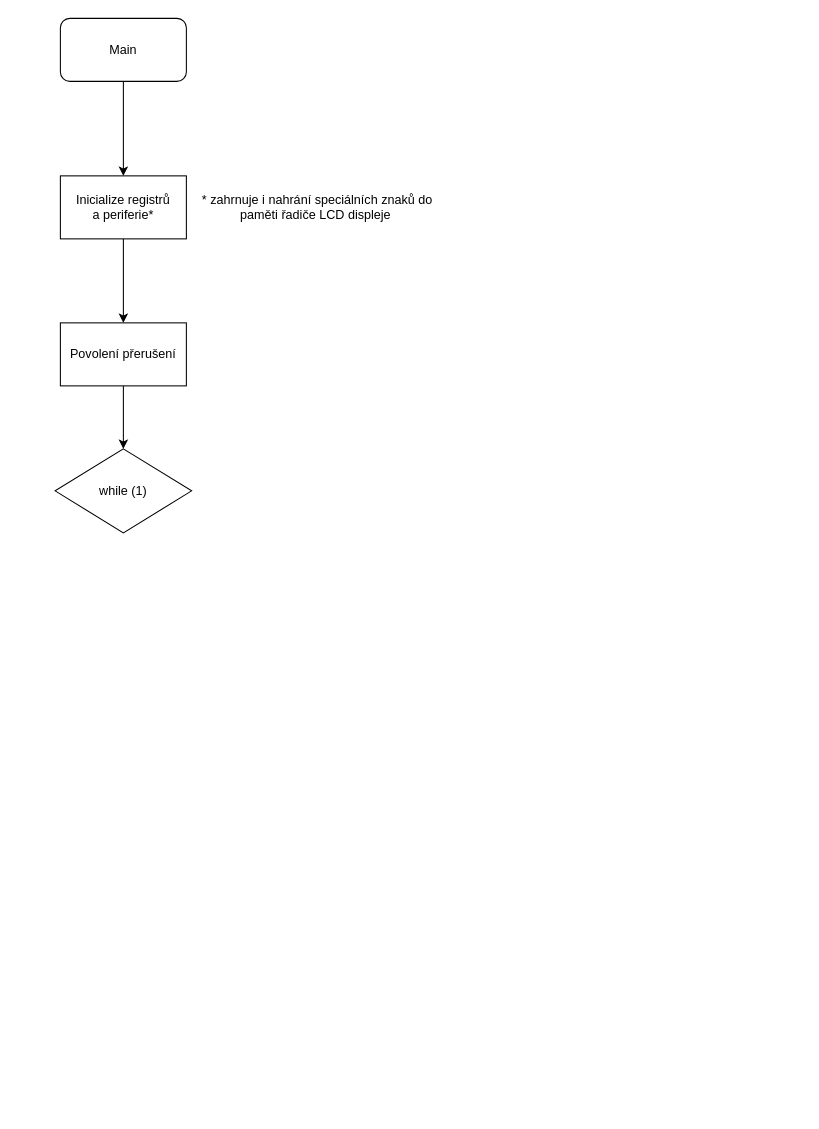
Earlier version of the draw.io diagram images/Main.drawio (ondrejdudasek/DE2-Project). Source tidied: cells renumbered, new cells numbered last; positions are measured from the earlier drawing's top-left corner, leaving out a move shared by most shapes. Both pictures are drawn from the tidied source at 105%, with x=0, y=0 at pixel (55, 18).
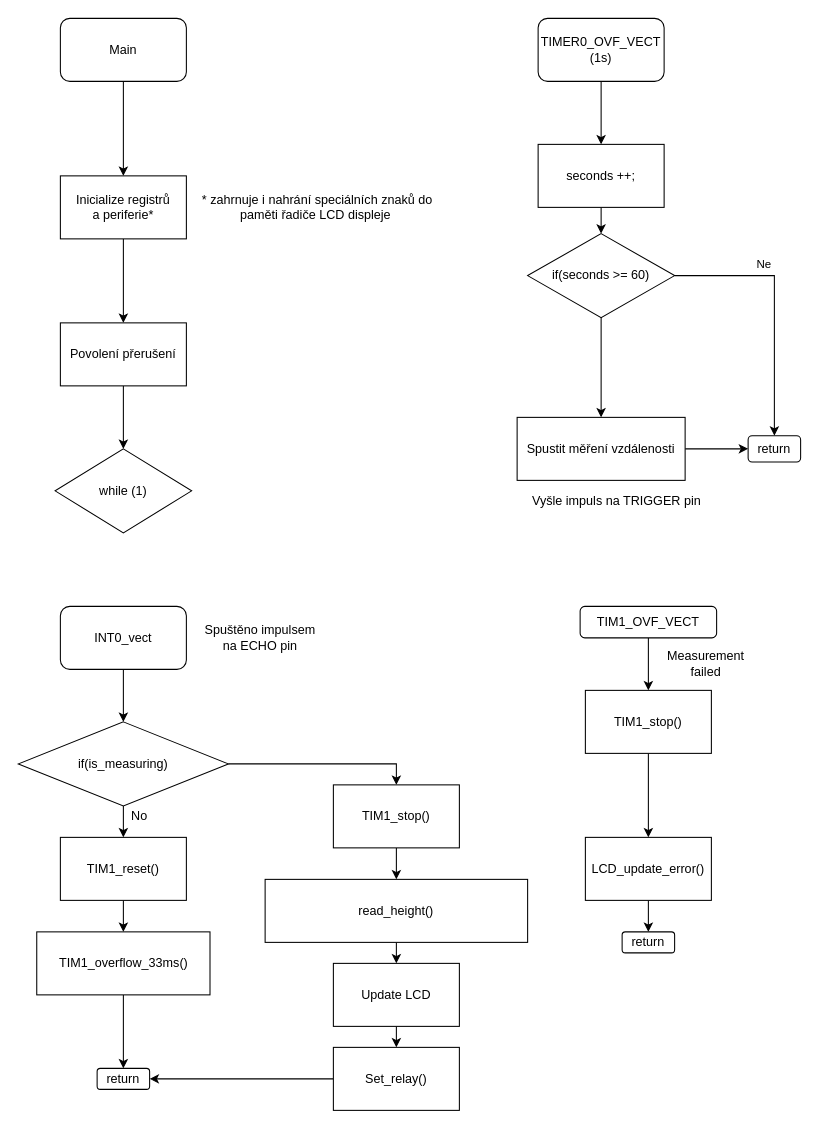
The same diagram, later.

What changed in the source:
```diff
@@
+    <mxCell id="10" style="edgeStyle=orthogonalEdgeStyle;rounded=0;jettySize=auto;html=1;exitX=0.5;exitY=1;exitDx=0;exitDy=0;entryX=0.5;entryY=0;entryDx=0;entryDy=0;" parent="1" edge="1" source="11" target="13">
+      <mxGeometry relative="1" as="geometry" />
+    </mxCell>
+    <mxCell id="11" value="TIMER0_OVF_VECT&lt;br&gt;(1s)" style="rounded=1;whiteSpace=wrap;html=1;" parent="1" vertex="1">
+      <mxGeometry x="460" width="120" height="60" as="geometry" />
+    </mxCell>
+    <mxCell id="12" style="edgeStyle=orthogonalEdgeStyle;rounded=0;jettySize=auto;html=1;exitX=0.5;exitY=1;exitDx=0;exitDy=0;entryX=0.5;entryY=0;entryDx=0;entryDy=0;" parent="1" edge="1" source="13" target="17">
+      <mxGeometry relative="1" as="geometry" />
+    </mxCell>
+    <mxCell id="13" value="seconds ++;" style="rounded=0;whiteSpace=wrap;html=1;" parent="1" vertex="1">
+      <mxGeometry x="460" y="120" width="120" height="60" as="geometry" />
+    </mxCell>
+    <mxCell id="14" style="edgeStyle=orthogonalEdgeStyle;rounded=0;jettySize=auto;html=1;exitX=1;exitY=0.5;exitDx=0;exitDy=0;entryX=0.5;entryY=0;entryDx=0;entryDy=0;" parent="1" edge="1" source="17" target="18">
+      <mxGeometry relative="1" as="geometry" />
+    </mxCell>
+    <mxCell id="15" value="Ne" style="edgeLabel;html=1;align=center;verticalAlign=middle;" parent="14" vertex="1">
+      <mxGeometry x="-0.32" y="-1" relative="1" as="geometry">
+        <mxPoint y="-13" as="offset" />
+      </mxGeometry>
+    </mxCell>
+    <mxCell id="16" style="edgeStyle=orthogonalEdgeStyle;rounded=0;jettySize=auto;html=1;exitX=0.5;exitY=1;exitDx=0;exitDy=0;entryX=0.5;entryY=0;entryDx=0;entryDy=0;" parent="1" edge="1" source="17" target="20">
+      <mxGeometry relative="1" as="geometry" />
+    </mxCell>
+    <mxCell id="17" value="&lt;span&gt;if(seconds &amp;gt;= 60)&lt;/span&gt;" style="rhombus;whiteSpace=wrap;html=1;" parent="1" vertex="1">
+      <mxGeometry x="450" y="205" width="140" height="80" as="geometry" />
+    </mxCell>
+    <mxCell id="18" value="return" style="rounded=1;whiteSpace=wrap;html=1;" parent="1" vertex="1">
+      <mxGeometry x="660" y="397.5" width="50" height="25" as="geometry" />
+    </mxCell>
+    <mxCell id="19" style="edgeStyle=orthogonalEdgeStyle;rounded=0;jettySize=auto;html=1;exitX=1;exitY=0.5;exitDx=0;exitDy=0;entryX=0;entryY=0.5;entryDx=0;entryDy=0;" parent="1" edge="1" source="20" target="18">
+      <mxGeometry relative="1" as="geometry" />
+    </mxCell>
+    <mxCell id="20" value="Spustit měření vzdálenosti" style="rounded=0;whiteSpace=wrap;html=1;" parent="1" vertex="1">
+      <mxGeometry x="440" y="380" width="160" height="60" as="geometry" />
+    </mxCell>
+    <mxCell id="21" value="Vyšle impuls na TRIGGER pin" style="text;html=1;strokeColor=none;fillColor=none;align=center;verticalAlign=middle;whiteSpace=wrap;rounded=0;" parent="1" vertex="1">
+      <mxGeometry x="440" y="445" width="190" height="30" as="geometry" />
+    </mxCell>
+    <mxCell id="22" style="edgeStyle=orthogonalEdgeStyle;rounded=0;jettySize=auto;html=1;exitX=0.5;exitY=1;exitDx=0;exitDy=0;entryX=0.5;entryY=0;entryDx=0;entryDy=0;" parent="1" edge="1" source="23" target="31">
+      <mxGeometry relative="1" as="geometry" />
+    </mxCell>
+    <mxCell id="23" value="INT0_vect" style="rounded=1;whiteSpace=wrap;html=1;" parent="1" vertex="1">
+      <mxGeometry x="5" y="560" width="120" height="60" as="geometry" />
+    </mxCell>
+    <mxCell id="24" value="Spuštěno impulsem&lt;br&gt;na ECHO pin" style="text;html=1;align=center;verticalAlign=middle;strokeColor=none;fillColor=none;" parent="1" vertex="1">
+      <mxGeometry x="135" y="575" width="120" height="30" as="geometry" />
+    </mxCell>
+    <mxCell id="25" style="edgeStyle=orthogonalEdgeStyle;rounded=0;jettySize=auto;html=1;exitX=0.5;exitY=1;exitDx=0;exitDy=0;entryX=0.5;entryY=0;entryDx=0;entryDy=0;" parent="1" edge="1" source="26" target="33">
+      <mxGeometry relative="1" as="geometry" />
+    </mxCell>
+    <mxCell id="26" value="TIM1_overflow_33ms()" style="rounded=0;whiteSpace=wrap;html=1;" parent="1" vertex="1">
+      <mxGeometry x="-17.5" y="870" width="165" height="60" as="geometry" />
+    </mxCell>
+    <mxCell id="27" style="edgeStyle=orthogonalEdgeStyle;rounded=0;jettySize=auto;html=1;exitX=0.5;exitY=1;exitDx=0;exitDy=0;entryX=0.5;entryY=0;entryDx=0;entryDy=0;" parent="1" edge="1" source="28" target="26">
+      <mxGeometry relative="1" as="geometry" />
+    </mxCell>
+    <mxCell id="28" value="TIM1_reset()" style="rounded=0;whiteSpace=wrap;html=1;" parent="1" vertex="1">
+      <mxGeometry x="5" y="780" width="120" height="60" as="geometry" />
+    </mxCell>
+    <mxCell id="29" style="edgeStyle=orthogonalEdgeStyle;rounded=0;jettySize=auto;html=1;exitX=0.5;exitY=1;exitDx=0;exitDy=0;entryX=0.5;entryY=0;entryDx=0;entryDy=0;" parent="1" edge="1" source="31" target="28">
+      <mxGeometry relative="1" as="geometry" />
+    </mxCell>
+    <mxCell id="30" style="edgeStyle=orthogonalEdgeStyle;rounded=0;jettySize=auto;html=1;exitX=1;exitY=0.5;exitDx=0;exitDy=0;entryX=0.5;entryY=0;entryDx=0;entryDy=0;" parent="1" edge="1" source="31" target="35">
+      <mxGeometry relative="1" as="geometry" />
+    </mxCell>
+    <mxCell id="31" value="if(is_measuring)" style="rhombus;whiteSpace=wrap;html=1;" parent="1" vertex="1">
+      <mxGeometry x="-35" y="670" width="200" height="80" as="geometry" />
+    </mxCell>
+    <mxCell id="32" value="No" style="text;html=1;align=center;verticalAlign=middle;strokeColor=none;fillColor=none;" parent="1" vertex="1">
+      <mxGeometry x="65" y="750" width="30" height="20" as="geometry" />
+    </mxCell>
+    <mxCell id="33" value="return" style="rounded=1;whiteSpace=wrap;html=1;" parent="1" vertex="1">
+      <mxGeometry x="40" y="1000" width="50" height="20" as="geometry" />
+    </mxCell>
+    <mxCell id="34" style="edgeStyle=orthogonalEdgeStyle;rounded=0;jettySize=auto;html=1;exitX=0.5;exitY=1;exitDx=0;exitDy=0;" parent="1" edge="1" source="35" target="37">
+      <mxGeometry relative="1" as="geometry" />
+    </mxCell>
+    <mxCell id="35" value="TIM1_stop()" style="rounded=0;whiteSpace=wrap;html=1;" parent="1" vertex="1">
+      <mxGeometry x="265" y="730" width="120" height="60" as="geometry" />
+    </mxCell>
+    <mxCell id="36" style="edgeStyle=orthogonalEdgeStyle;rounded=0;jettySize=auto;html=1;exitX=0.5;exitY=1;exitDx=0;exitDy=0;entryX=0.5;entryY=0;entryDx=0;entryDy=0;" parent="1" edge="1" source="37" target="39">
+      <mxGeometry relative="1" as="geometry" />
+    </mxCell>
+    <mxCell id="37" value="read_height()" style="rounded=0;whiteSpace=wrap;html=1;" parent="1" vertex="1">
+      <mxGeometry x="200" y="820" width="250" height="60" as="geometry" />
+    </mxCell>
+    <mxCell id="38" style="edgeStyle=orthogonalEdgeStyle;rounded=0;jettySize=auto;html=1;exitX=0.5;exitY=1;exitDx=0;exitDy=0;entryX=0.5;entryY=0;entryDx=0;entryDy=0;" parent="1" edge="1" source="39" target="49">
+      <mxGeometry relative="1" as="geometry" />
+    </mxCell>
+    <mxCell id="39" value="Update LCD" style="rounded=0;whiteSpace=wrap;html=1;" parent="1" vertex="1">
+      <mxGeometry x="265" y="900" width="120" height="60" as="geometry" />
+    </mxCell>
+    <mxCell id="40" style="edgeStyle=orthogonalEdgeStyle;rounded=0;jettySize=auto;html=1;exitX=0.5;exitY=1;exitDx=0;exitDy=0;" parent="1" edge="1" source="41" target="44">
+      <mxGeometry relative="1" as="geometry" />
+    </mxCell>
+    <mxCell id="41" value="TIM1_OVF_VECT" style="rounded=1;whiteSpace=wrap;html=1;" parent="1" vertex="1">
+      <mxGeometry x="500" y="560" width="130" height="30" as="geometry" />
+    </mxCell>
+    <mxCell id="42" value="Measurement failed" style="text;html=1;strokeColor=none;fillColor=none;align=center;verticalAlign=middle;whiteSpace=wrap;rounded=0;" parent="1" vertex="1">
+      <mxGeometry x="590" y="600" width="60" height="30" as="geometry" />
+    </mxCell>
+    <mxCell id="43" style="edgeStyle=orthogonalEdgeStyle;rounded=0;jettySize=auto;html=1;exitX=0.5;exitY=1;exitDx=0;exitDy=0;entryX=0.5;entryY=0;entryDx=0;entryDy=0;" parent="1" edge="1" source="44" target="46">
+      <mxGeometry relative="1" as="geometry" />
+    </mxCell>
+    <mxCell id="44" value="TIM1_stop()" style="rounded=0;whiteSpace=wrap;html=1;" parent="1" vertex="1">
+      <mxGeometry x="505" y="640" width="120" height="60" as="geometry" />
+    </mxCell>
+    <mxCell id="45" style="edgeStyle=orthogonalEdgeStyle;rounded=0;jettySize=auto;html=1;exitX=0.5;exitY=1;exitDx=0;exitDy=0;entryX=0.5;entryY=1;entryDx=0;entryDy=0;" parent="1" edge="1" source="46" target="47">
+      <mxGeometry relative="1" as="geometry" />
+    </mxCell>
+    <mxCell id="46" value="LCD_update_error()" style="rounded=0;whiteSpace=wrap;html=1;" parent="1" vertex="1">
+      <mxGeometry x="505" y="780" width="120" height="60" as="geometry" />
+    </mxCell>
+    <mxCell id="47" value="return" style="rounded=1;whiteSpace=wrap;html=1;direction=west;" parent="1" vertex="1">
+      <mxGeometry x="540" y="870" width="50" height="20" as="geometry" />
+    </mxCell>
+    <mxCell id="48" style="edgeStyle=orthogonalEdgeStyle;rounded=0;jettySize=auto;html=1;exitX=0;exitY=0.5;exitDx=0;exitDy=0;entryX=1;entryY=0.5;entryDx=0;entryDy=0;" parent="1" edge="1" source="49" target="33">
+      <mxGeometry relative="1" as="geometry" />
+    </mxCell>
+    <mxCell id="49" value="Set_relay()" style="rounded=0;whiteSpace=wrap;html=1;" parent="1" vertex="1">
+      <mxGeometry x="265" y="980" width="120" height="60" as="geometry" />
+    </mxCell>
```
